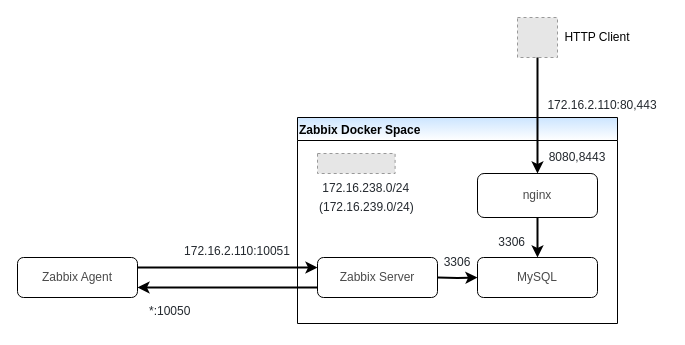
Above: page "zabbix" (13 of 14) of Developer's Guide/MataElang Services.drawio in mata-elang-stable/DevelopersGuide (draw.io), before the change. Source tidied: cells renumbered, new cells numbered last; positions are measured from the earlier drawing's top-left corner, leaving out a move shared by most shapes. Both pictures are drawn from the tidied source at 100%, with x=0, y=0 at pixel (17, 17). Pictures stored in the file or linked from it are replaced by grey dashed boxes.
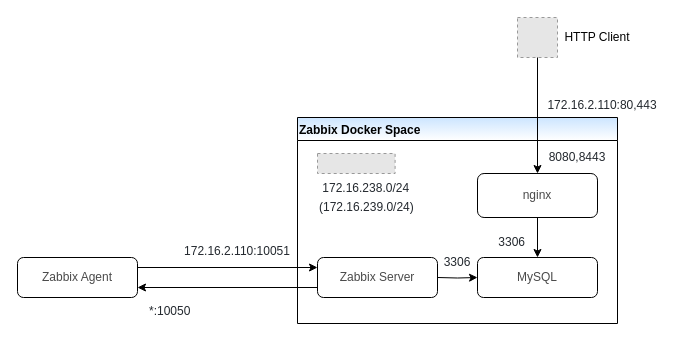
The same diagram, later.

The change refers to these unchanged cells:
```xml
<mxCell id="2" value="&lt;span style=&quot;background-color: rgb(255 , 255 , 255)&quot;&gt;&lt;font color=&quot;#4a4a4a&quot;&gt;Zabbix Agent&lt;/font&gt;&lt;br&gt;&lt;/span&gt;" style="rounded=1;whiteSpace=wrap;html=1;fontSize=12;glass=0;strokeWidth=1;shadow=0;" parent="1" vertex="1">
  <mxGeometry y="240" width="120" height="40" as="geometry" />
</mxCell>
<mxCell id="5" style="fillColor=#E6E6E6;strokeColor=#999999;dashed=1;verticalLabelPosition=bottom;labelBackgroundColor=#ffffff;verticalAlign=top;" parent="3" vertex="1">
  <mxGeometry width="40" height="40" as="geometry" />
</mxCell>
<mxCell id="6" value="Zabbix Docker Space" style="swimlane;strokeColor=default;fillColor=#CCE5FF;align=left;gradientColor=#ffffff;swimlaneFillColor=none;" parent="1" vertex="1">
  <mxGeometry x="280" y="100" width="320" height="206" as="geometry" />
</mxCell>
<mxCell id="8" value="&lt;span style=&quot;background-color: rgb(255 , 255 , 255)&quot;&gt;&lt;font color=&quot;#4a4a4a&quot;&gt;MySQL&lt;/font&gt;&lt;br&gt;&lt;/span&gt;" style="rounded=1;whiteSpace=wrap;html=1;fontSize=12;glass=0;strokeWidth=1;shadow=0;" parent="6" vertex="1">
  <mxGeometry x="180" y="140" width="120" height="40" as="geometry" />
</mxCell>
<mxCell id="9" value="&lt;span style=&quot;background-color: rgb(255 , 255 , 255)&quot;&gt;&lt;font color=&quot;#4a4a4a&quot;&gt;nginx&lt;/font&gt;&lt;br&gt;&lt;/span&gt;" style="rounded=1;whiteSpace=wrap;html=1;fontSize=12;glass=0;strokeWidth=1;shadow=0;" parent="6" vertex="1">
  <mxGeometry x="180" y="56" width="120" height="44" as="geometry" />
</mxCell>
<mxCell id="10" value="&lt;span style=&quot;background-color: rgb(255 , 255 , 255)&quot;&gt;&lt;font color=&quot;#4a4a4a&quot;&gt;Zabbix Server&lt;/font&gt;&lt;br&gt;&lt;/span&gt;" style="rounded=1;whiteSpace=wrap;html=1;fontSize=12;glass=0;strokeWidth=1;shadow=0;" parent="6" vertex="1">
  <mxGeometry x="20" y="140" width="120" height="40" as="geometry" />
</mxCell>
```

Diff of the diagram source:
```diff
@@
-    <mxCell id="15" style="endArrow=none;html=1;rounded=0;strokeWidth=2;edgeStyle=orthogonalEdgeStyle;startArrow=classic;startFill=1;endFill=0;entryX=0.5;entryY=1;entryDx=0;entryDy=0;" parent="6" edge="1" source="8" target="9">
+    <mxCell id="15" style="endArrow=none;html=1;rounded=0;strokeWidth=1;edgeStyle=orthogonalEdgeStyle;startArrow=classic;startFill=1;endFill=0;entryX=0.5;entryY=1;entryDx=0;entryDy=0;" parent="6" edge="1" source="8" target="9">
       <mxGeometry x="-310" y="-408" as="geometry" />
     </mxCell>
@@
-    <mxCell id="18" style="endArrow=none;html=1;rounded=0;strokeWidth=2;edgeStyle=orthogonalEdgeStyle;exitX=0.5;exitY=0;exitDx=0;exitDy=0;startArrow=classic;startFill=1;endFill=0;" parent="1" edge="1" source="9" target="5">
+    <mxCell id="18" style="endArrow=none;html=1;rounded=0;strokeWidth=1;edgeStyle=orthogonalEdgeStyle;exitX=0.5;exitY=0;exitDx=0;exitDy=0;startArrow=classic;startFill=1;endFill=0;" parent="1" edge="1" source="9" target="5">
       <mxGeometry x="40" y="-118" as="geometry" />
     </mxCell>
@@
-    <mxCell id="20" style="endArrow=none;html=1;rounded=0;strokeWidth=2;edgeStyle=orthogonalEdgeStyle;startArrow=classic;startFill=1;endFill=0;" parent="1" edge="1" target="10">
+    <mxCell id="20" style="endArrow=none;html=1;rounded=0;strokeWidth=1;edgeStyle=orthogonalEdgeStyle;startArrow=classic;startFill=1;endFill=0;" parent="1" edge="1" target="10">
       <mxGeometry x="-300" y="-398" as="geometry">
         <mxPoint x="460" y="260" as="sourcePoint" />
       </mxGeometry>
     </mxCell>
-    <mxCell id="21" style="endArrow=none;html=1;rounded=0;strokeWidth=2;edgeStyle=orthogonalEdgeStyle;startArrow=classic;startFill=1;endFill=0;exitX=0;exitY=0.25;exitDx=0;exitDy=0;" parent="1" edge="1" source="10">
+    <mxCell id="21" style="endArrow=none;html=1;rounded=0;strokeWidth=1;edgeStyle=orthogonalEdgeStyle;startArrow=classic;startFill=1;endFill=0;exitX=0;exitY=0.25;exitDx=0;exitDy=0;" parent="1" edge="1" source="10">
       <mxGeometry x="-290" y="-388" as="geometry">
         <mxPoint x="120" y="250" as="targetPoint" />
         <Array as="points">
           <mxPoint x="120" y="250" />
         </Array>
       </mxGeometry>
     </mxCell>
-    <mxCell id="22" style="endArrow=none;html=1;rounded=0;strokeWidth=2;startArrow=classic;startFill=1;endFill=0;exitX=1;exitY=0.75;exitDx=0;exitDy=0;entryX=0;entryY=0.75;entryDx=0;entryDy=0;" parent="1" edge="1" source="2" target="10">
+    <mxCell id="22" style="endArrow=none;html=1;rounded=0;strokeWidth=1;startArrow=classic;startFill=1;endFill=0;exitX=1;exitY=0.75;exitDx=0;exitDy=0;entryX=0;entryY=0.75;entryDx=0;entryDy=0;" parent="1" edge="1" source="2" target="10">
       <mxGeometry x="-280" y="-378" as="geometry" />
     </mxCell>
```
